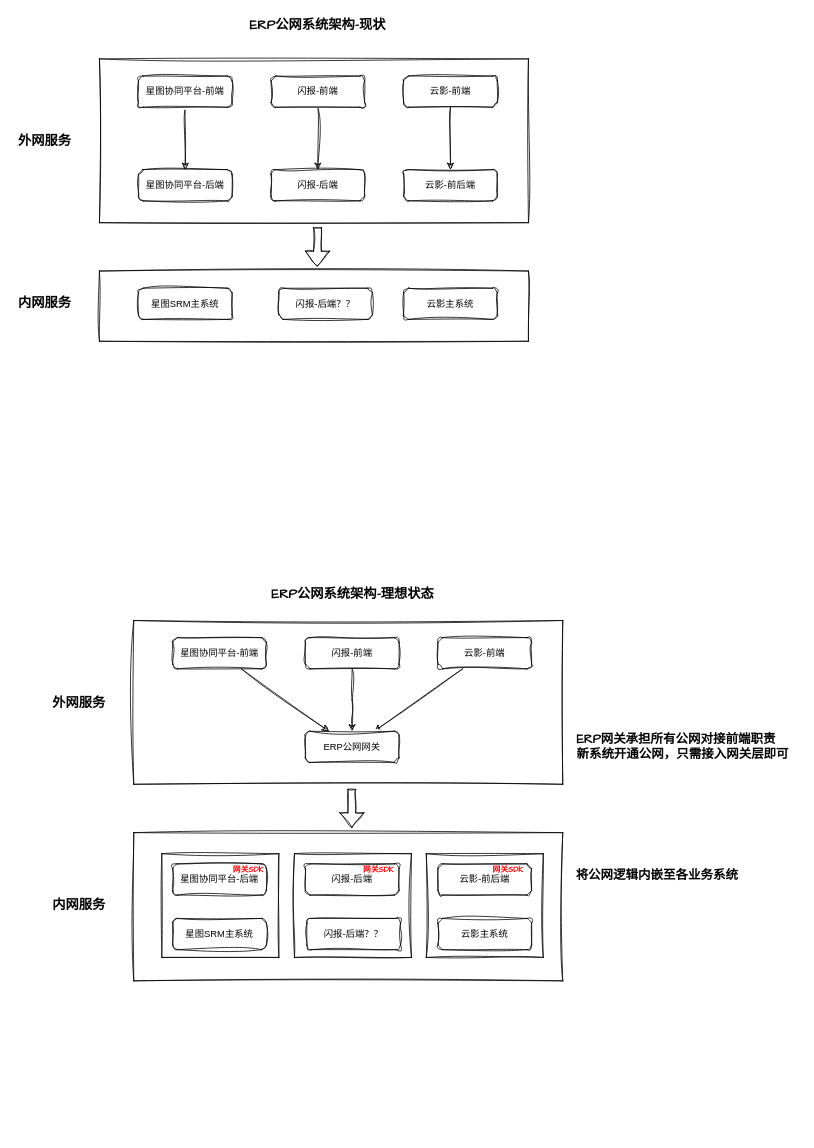
Before: ERP安全治理.drawio in S0Louis/drowio, a draw.io diagram. Source tidied: cells renumbered, new cells numbered last; positions are measured from the earlier drawing's top-left corner, leaving out a move shared by most shapes. Both pictures are drawn from the tidied source at 78%, with x=0, y=0 at pixel (13, 13).
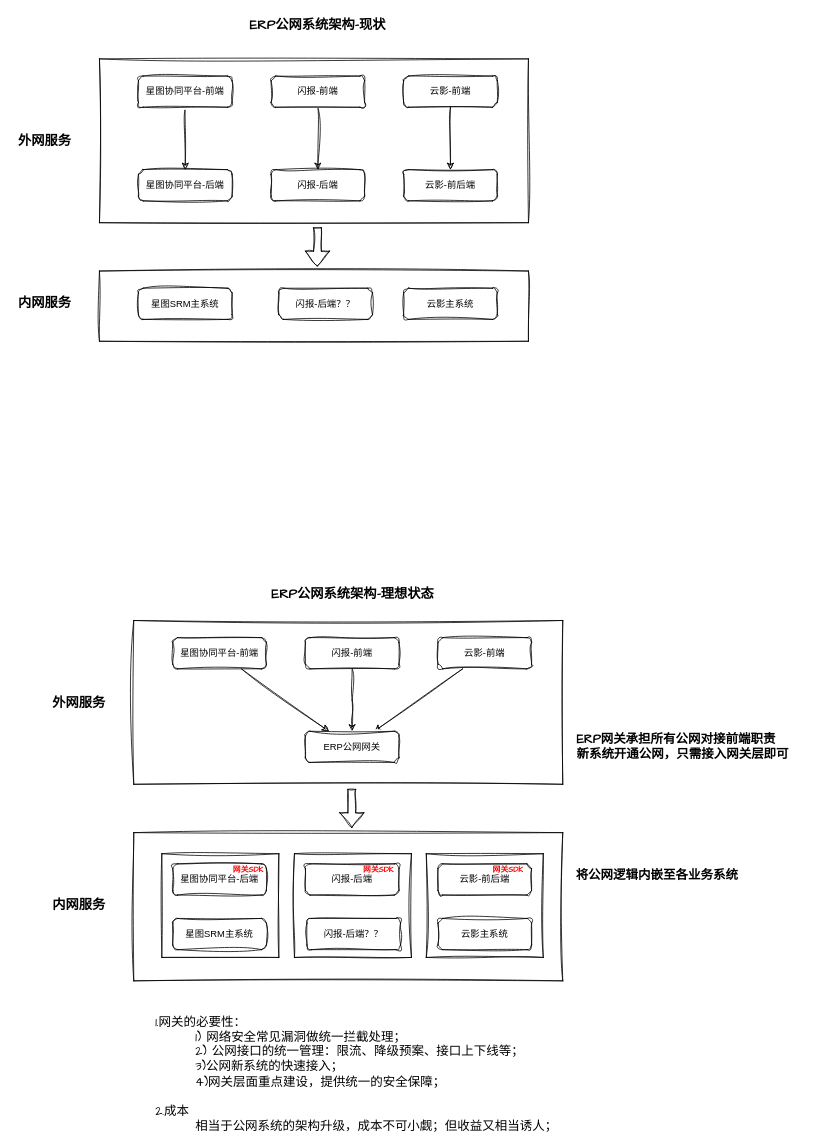
After the change.

Commit message (it also covers changes not shown here):
更新ERP安全治理.drawio

The edit, as a diff of the source:
```diff
@@
+    <mxCell id="47" value="&lt;font style=&quot;font-size: 16px;&quot;&gt;1.网关的必要性：&lt;/font&gt;&lt;div&gt;&lt;font style=&quot;font-size: 16px;&quot;&gt;&lt;span style=&quot;white-space: pre;&quot;&gt;&#9;&lt;/span&gt;1) 网络安全常见漏洞做统一拦截处理；&lt;br&gt;&lt;/font&gt;&lt;/div&gt;&lt;div&gt;&lt;font style=&quot;font-size: 16px;&quot;&gt;&lt;span style=&quot;white-space: pre;&quot;&gt;&#9;&lt;/span&gt;2) 公网接口的统一管理：限流、降级预案、接口上下线等；&lt;br&gt;&lt;/font&gt;&lt;/div&gt;&lt;div&gt;&lt;font style=&quot;font-size: 16px;&quot;&gt;&lt;span style=&quot;white-space: pre;&quot;&gt;&#9;&lt;/span&gt;3)公网新系统的快速接入；&lt;/font&gt;&lt;/div&gt;&lt;div&gt;&lt;font style=&quot;font-size: 16px;&quot;&gt;&lt;span style=&quot;white-space: pre;&quot;&gt;&#9;&lt;/span&gt;4)网关层面重点建设，提供统一的安全保障；&lt;br&gt;&lt;/font&gt;&lt;/div&gt;&lt;div&gt;&lt;font style=&quot;font-size: 16px;&quot;&gt;&lt;br&gt;&lt;/font&gt;&lt;/div&gt;&lt;div&gt;&lt;font style=&quot;font-size: 16px;&quot;&gt;2.成本&lt;/font&gt;&lt;/div&gt;&lt;div&gt;&lt;font style=&quot;font-size: 16px;&quot;&gt;&lt;span style=&quot;white-space: pre;&quot;&gt;&#9;&lt;/span&gt;相当于公网系统的架构升级，成本不可小觑；但收益又相当诱人；&lt;br&gt;&lt;/font&gt;&lt;/div&gt;" style="text;html=1;align=left;verticalAlign=middle;whiteSpace=wrap;rounded=0;fontFamily=Architects Daughter;" parent="1" vertex="1">
+      <mxGeometry x="180" y="1290" width="640" height="140" as="geometry" />
+    </mxCell>
```
